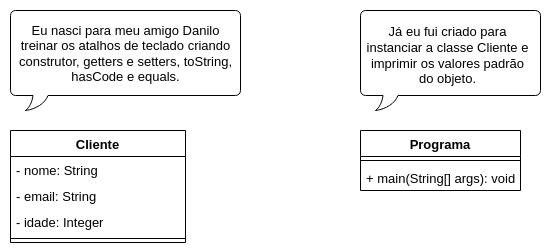
This is Atalhos.png from DaniloTC/assets, a draw.io export, as it was before one commit. Source tidied: cells renumbered, new cells last; positions are measured from the earlier drawing's top-left corner, leaving out a move shared by most shapes. Its diagram source:
```xml
<mxGraphModel>
  <root>
    <mxCell id="0" />
    <mxCell id="1" parent="0" />
    <mxCell id="2" value="Cliente" style="swimlane;fontStyle=1;align=center;verticalAlign=top;horizontal=1;startSize=26;rounded=0;strokeColor=default;swimlaneLine=1;glass=0;shadow=0;labelBackgroundColor=none;labelBorderColor=none;fontColor=default;gradientColor=none;swimlaneFillColor=none;fillColor=default;fontSize=13;" parent="1" vertex="1">
      <mxGeometry x="10" y="130" width="175" height="112" as="geometry" />
    </mxCell>
    <mxCell id="3" value="- nome: String" style="text;strokeColor=none;fillColor=none;align=left;verticalAlign=top;spacingLeft=4;spacingRight=4;overflow=hidden;rounded=0;fontSize=13;" parent="2" vertex="1">
      <mxGeometry y="26" width="175" height="26" as="geometry" />
    </mxCell>
    <mxCell id="4" value="- email: String" style="text;strokeColor=none;fillColor=none;align=left;verticalAlign=top;spacingLeft=4;spacingRight=4;overflow=hidden;rounded=0;fontSize=13;" parent="2" vertex="1">
      <mxGeometry y="52" width="175" height="26" as="geometry" />
    </mxCell>
    <mxCell id="5" value="- idade: Integer" style="text;strokeColor=none;fillColor=none;align=left;verticalAlign=top;spacingLeft=4;spacingRight=4;overflow=hidden;rounded=0;fontSize=13;" parent="2" vertex="1">
      <mxGeometry y="78" width="175" height="26" as="geometry" />
    </mxCell>
    <mxCell id="6" style="line;strokeWidth=1;fillColor=none;align=left;verticalAlign=middle;spacingTop=-1;spacingLeft=3;spacingRight=3;labelPosition=right;strokeColor=inherit;rounded=0;fontSize=13;" parent="2" vertex="1">
      <mxGeometry y="104" width="175" height="8" as="geometry" />
    </mxCell>
    <mxCell id="7" value="Programa" style="swimlane;fontStyle=1;align=center;verticalAlign=top;horizontal=1;startSize=26;rounded=0;fontSize=13;" parent="1" vertex="1">
      <mxGeometry x="360" y="130" width="160" height="60" as="geometry" />
    </mxCell>
    <mxCell id="8" style="line;strokeWidth=1;fillColor=none;align=left;verticalAlign=middle;spacingTop=-1;spacingLeft=3;spacingRight=3;labelPosition=right;strokeColor=inherit;rounded=0;fontSize=13;" parent="7" vertex="1">
      <mxGeometry y="26" width="160" height="8" as="geometry" />
    </mxCell>
    <mxCell id="9" value="+ main(String[] args): void" style="text;strokeColor=none;fillColor=none;align=left;verticalAlign=top;spacingLeft=4;spacingRight=4;overflow=hidden;rounded=0;fontSize=13;" parent="7" vertex="1">
      <mxGeometry y="34" width="160" height="26" as="geometry" />
    </mxCell>
    <mxCell id="10" style="whiteSpace=wrap;html=1;shape=mxgraph.basic.roundRectCallout;dx=30;dy=15;size=5;boundedLbl=1;rounded=0;shadow=0;glass=0;labelBackgroundColor=none;labelBorderColor=none;sketch=0;strokeColor=default;fontSize=13;fontColor=default;fillColor=default;gradientColor=none;" parent="1" vertex="1">
      <mxGeometry x="360" y="10" width="180" height="100" as="geometry" />
    </mxCell>
    <mxCell id="11" style="whiteSpace=wrap;html=1;shape=mxgraph.basic.roundRectCallout;dx=30;dy=15;size=5;boundedLbl=1;rounded=0;shadow=0;glass=0;labelBackgroundColor=none;labelBorderColor=none;sketch=0;strokeColor=default;fontSize=13;fontColor=default;fillColor=default;gradientColor=none;" parent="1" vertex="1">
      <mxGeometry x="10" y="10" width="230" height="100" as="geometry" />
    </mxCell>
    <mxCell id="12" value="&lt;br style=&quot;font-size: 13px;&quot;&gt;Eu nasci&amp;nbsp;para meu amigo Danilo treinar os atalhos de teclado criando construtor, getters e&amp;nbsp;setters, toString, hasCode e equals." style="text;html=1;strokeColor=none;fillColor=none;spacing=5;spacingTop=-20;whiteSpace=wrap;overflow=hidden;rounded=0;fontSize=13;fontColor=default;fontStyle=0;align=center;" parent="1" vertex="1">
      <mxGeometry x="12.5" y="16.5" width="225" height="71" as="geometry" />
    </mxCell>
    <mxCell id="13" value="Já eu fui criado para instanciar a classe Cliente e imprimir os valores padrão do objeto." style="text;html=1;strokeColor=none;fillColor=none;align=center;verticalAlign=middle;whiteSpace=wrap;rounded=0;fontSize=13;fontColor=default;" parent="1" vertex="1">
      <mxGeometry x="365" y="23.2" width="165" height="63.5" as="geometry" />
    </mxCell>
    <mxCell id="14" style="rounded=0;whiteSpace=wrap;html=1;shadow=0;glass=0;labelBackgroundColor=none;labelBorderColor=none;sketch=0;strokeColor=none;fontSize=13;fontColor=default;fillColor=none;gradientColor=none;" parent="1" vertex="1">
      <mxGeometry width="550" height="250" as="geometry" />
    </mxCell>
  </root>
</mxGraphModel>
```
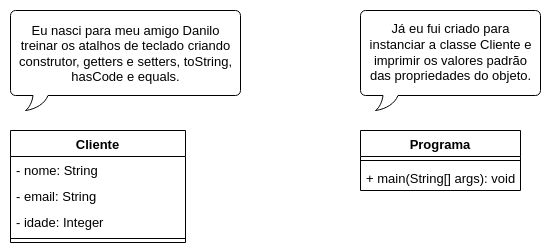
Above is the later version.

Commit message:
Adicionando diagrama da UML atualizado para treinar atalhos de teclado

Diff of the diagram source:
```diff
@@ -35,8 +35,8 @@
     <mxCell id="12" value="&lt;br style=&quot;font-size: 13px;&quot;&gt;Eu nasci&amp;nbsp;para meu amigo Danilo treinar os atalhos de teclado criando construtor, getters e&amp;nbsp;setters, toString, hasCode e equals." style="text;html=1;strokeColor=none;fillColor=none;spacing=5;spacingTop=-20;whiteSpace=wrap;overflow=hidden;rounded=0;fontSize=13;fontColor=default;fontStyle=0;align=center;" parent="1" vertex="1">
       <mxGeometry x="12.5" y="16.5" width="225" height="71" as="geometry" />
     </mxCell>
-    <mxCell id="13" value="Já eu fui criado para instanciar a classe Cliente e imprimir os valores padrão do objeto." style="text;html=1;strokeColor=none;fillColor=none;align=center;verticalAlign=middle;whiteSpace=wrap;rounded=0;fontSize=13;fontColor=default;" parent="1" vertex="1">
-      <mxGeometry x="365" y="23.2" width="165" height="63.5" as="geometry" />
+    <mxCell id="13" value="Já eu fui criado para instanciar a classe Cliente e imprimir os valores padrão das propriedades do objeto." style="text;html=1;strokeColor=none;fillColor=none;align=center;verticalAlign=middle;whiteSpace=wrap;rounded=0;fontSize=13;fontColor=default;" parent="1" vertex="1">
+      <mxGeometry x="367.5" y="20.2" width="165" height="63.5" as="geometry" />
     </mxCell>
     <mxCell id="14" style="rounded=0;whiteSpace=wrap;html=1;shadow=0;glass=0;labelBackgroundColor=none;labelBorderColor=none;sketch=0;strokeColor=none;fontSize=13;fontColor=default;fillColor=none;gradientColor=none;" parent="1" vertex="1">
       <mxGeometry width="550" height="250" as="geometry" />
```
